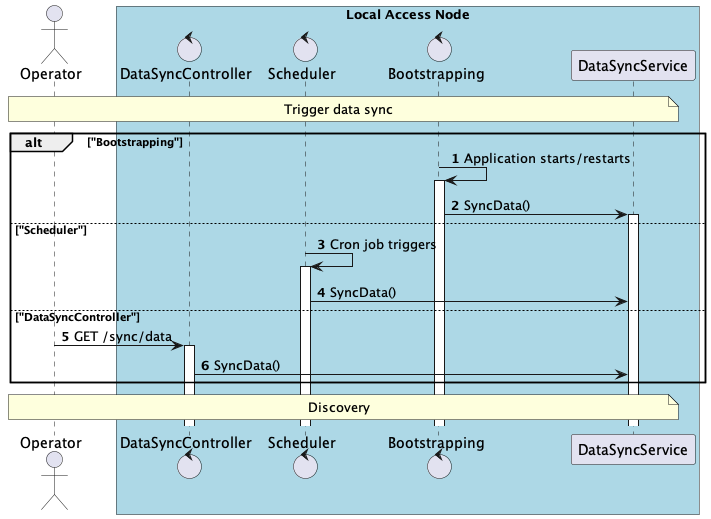
Earlier version of the PlantUML export desmos-tech-doc/images/use-case-data-synchronization-1-triggering.png (in2workspace/in2-guides).
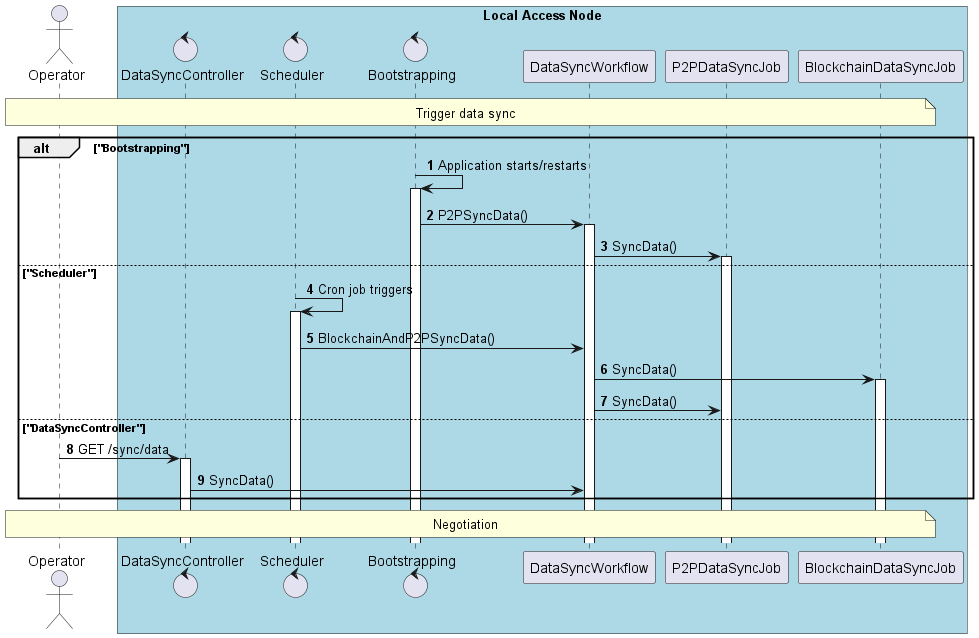
Above is the later version.

What changed in the source:
```diff
@@ -10,27 +10,32 @@
     control "DataSyncController" as data_sync_controller
     control "Scheduler" as scheduler
     control "Bootstrapping" as bootstrapping
-    participant "DataSyncService" as data_sync_service
+    participant "DataSyncWorkflow" as data_sync_workflow
+    participant "P2PDataSyncJob" as p2p_data_sync_job
+    participant "BlockchainDataSyncJob" as blockchain_data_sync_job
 end box
 
 
-note over operator, data_sync_service
+note over operator, blockchain_data_sync_job
     Trigger data sync
 end note
 
 alt "Bootstrapping"
     bootstrapping -> bootstrapping++: Application starts/restarts
-    bootstrapping -> data_sync_service++: SyncData()
+    bootstrapping -> data_sync_workflow++: P2PSyncData()
+    data_sync_workflow -> p2p_data_sync_job++: SyncData()
 else "Scheduler"
     scheduler -> scheduler++: Cron job triggers
-    scheduler -> data_sync_service: SyncData()
+    scheduler -> data_sync_workflow: BlockchainAndP2PSyncData()
+    data_sync_workflow -> blockchain_data_sync_job++: SyncData()
+    data_sync_workflow -> p2p_data_sync_job: SyncData()
 else "DataSyncController"
     operator -> data_sync_controller++: GET /sync/data
-    data_sync_controller -> data_sync_service: SyncData()
+    data_sync_controller -> data_sync_workflow: SyncData()
 end
 
-note over operator, data_sync_service
-    Discovery
+note over operator, blockchain_data_sync_job
+    Negotiation
 end note
 
 @enduml
```
